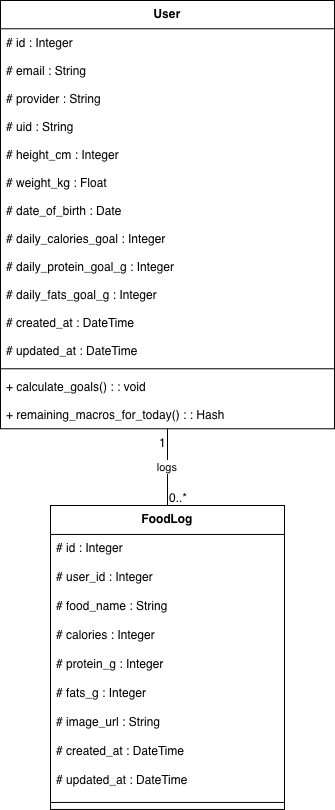
This is Diagrams/Class.drawio.png from tamu-edu-students/CSCE606-Group2-Project2, a draw.io export, as it was before one commit. Source tidied: cells renumbered, new cells last; positions are measured from the earlier drawing's top-left corner, leaving out a move shared by most shapes. Its diagram source:
```xml
<mxGraphModel>
  <root>
    <mxCell id="0" />
    <mxCell id="1" parent="0" />
    <mxCell id="2" value="User" style="swimlane;fontStyle=1;align=center;verticalAlign=top;horizontal=1;startSize=28.266666666666666;" parent="1" vertex="1">
      <mxGeometry width="334" height="428.3" as="geometry" />
    </mxCell>
    <mxCell id="3" value="# id : Integer" style="text;strokeColor=none;fillColor=none;align=left;verticalAlign=top;spacingLeft=4;spacingRight=4;overflow=hidden;" parent="2" vertex="1">
      <mxGeometry y="28.3" width="334" height="28" as="geometry" />
    </mxCell>
    <mxCell id="4" value="# email : String" style="text;strokeColor=none;fillColor=none;align=left;verticalAlign=top;spacingLeft=4;spacingRight=4;overflow=hidden;" parent="2" vertex="1">
      <mxGeometry y="56.3" width="334" height="28" as="geometry" />
    </mxCell>
    <mxCell id="5" value="# provider : String" style="text;strokeColor=none;fillColor=none;align=left;verticalAlign=top;spacingLeft=4;spacingRight=4;overflow=hidden;" parent="2" vertex="1">
      <mxGeometry y="84.3" width="334" height="28" as="geometry" />
    </mxCell>
    <mxCell id="6" value="# uid : String" style="text;strokeColor=none;fillColor=none;align=left;verticalAlign=top;spacingLeft=4;spacingRight=4;overflow=hidden;" parent="2" vertex="1">
      <mxGeometry y="112.3" width="334" height="28" as="geometry" />
    </mxCell>
    <mxCell id="7" value="# height_cm : Integer" style="text;strokeColor=none;fillColor=none;align=left;verticalAlign=top;spacingLeft=4;spacingRight=4;overflow=hidden;" parent="2" vertex="1">
      <mxGeometry y="140.3" width="334" height="28" as="geometry" />
    </mxCell>
    <mxCell id="8" value="# weight_kg : Float" style="text;strokeColor=none;fillColor=none;align=left;verticalAlign=top;spacingLeft=4;spacingRight=4;overflow=hidden;" parent="2" vertex="1">
      <mxGeometry y="168.3" width="334" height="28" as="geometry" />
    </mxCell>
    <mxCell id="9" value="# date_of_birth : Date" style="text;strokeColor=none;fillColor=none;align=left;verticalAlign=top;spacingLeft=4;spacingRight=4;overflow=hidden;" parent="2" vertex="1">
      <mxGeometry y="196.3" width="334" height="28" as="geometry" />
    </mxCell>
    <mxCell id="10" value="# daily_calories_goal : Integer" style="text;strokeColor=none;fillColor=none;align=left;verticalAlign=top;spacingLeft=4;spacingRight=4;overflow=hidden;" parent="2" vertex="1">
      <mxGeometry y="224.3" width="334" height="28" as="geometry" />
    </mxCell>
    <mxCell id="11" value="# daily_protein_goal_g : Integer" style="text;strokeColor=none;fillColor=none;align=left;verticalAlign=top;spacingLeft=4;spacingRight=4;overflow=hidden;" parent="2" vertex="1">
      <mxGeometry y="252.3" width="334" height="28" as="geometry" />
    </mxCell>
    <mxCell id="12" value="# daily_fats_goal_g : Integer" style="text;strokeColor=none;fillColor=none;align=left;verticalAlign=top;spacingLeft=4;spacingRight=4;overflow=hidden;" parent="2" vertex="1">
      <mxGeometry y="280.3" width="334" height="28" as="geometry" />
    </mxCell>
    <mxCell id="13" value="# created_at : DateTime" style="text;strokeColor=none;fillColor=none;align=left;verticalAlign=top;spacingLeft=4;spacingRight=4;overflow=hidden;" parent="2" vertex="1">
      <mxGeometry y="308.3" width="334" height="28" as="geometry" />
    </mxCell>
    <mxCell id="14" value="# updated_at : DateTime" style="text;strokeColor=none;fillColor=none;align=left;verticalAlign=top;spacingLeft=4;spacingRight=4;overflow=hidden;" parent="2" vertex="1">
      <mxGeometry y="336.3" width="334" height="28" as="geometry" />
    </mxCell>
    <mxCell id="15" style="line;strokeWidth=1;fillColor=none;align=left;verticalAlign=middle;spacingTop=-1;spacingLeft=3;spacingRight=3;labelPosition=right;strokeColor=inherit;" parent="2" vertex="1">
      <mxGeometry y="364.3" width="334" height="8" as="geometry" />
    </mxCell>
    <mxCell id="16" value="+ calculate_goals() : : void" style="text;strokeColor=none;fillColor=none;align=left;verticalAlign=top;spacingLeft=4;spacingRight=4;overflow=hidden;" parent="2" vertex="1">
      <mxGeometry y="372.3" width="334" height="28" as="geometry" />
    </mxCell>
    <mxCell id="17" value="+ remaining_macros_for_today() : : Hash" style="text;strokeColor=none;fillColor=none;align=left;verticalAlign=top;spacingLeft=4;spacingRight=4;overflow=hidden;" parent="2" vertex="1">
      <mxGeometry y="400.3" width="334" height="28" as="geometry" />
    </mxCell>
    <mxCell id="18" value="FoodLog" style="swimlane;fontStyle=1;align=center;verticalAlign=top;horizontal=1;startSize=28.952380952380953;" parent="1" vertex="1">
      <mxGeometry x="50" y="505" width="234" height="304" as="geometry" />
    </mxCell>
    <mxCell id="19" value="# id : Integer" style="text;strokeColor=none;fillColor=none;align=left;verticalAlign=top;spacingLeft=4;spacingRight=4;overflow=hidden;" parent="18" vertex="1">
      <mxGeometry y="29" width="234" height="29" as="geometry" />
    </mxCell>
    <mxCell id="20" value="# user_id : Integer" style="text;strokeColor=none;fillColor=none;align=left;verticalAlign=top;spacingLeft=4;spacingRight=4;overflow=hidden;" parent="18" vertex="1">
      <mxGeometry y="58" width="234" height="29" as="geometry" />
    </mxCell>
    <mxCell id="21" value="# food_name : String" style="text;strokeColor=none;fillColor=none;align=left;verticalAlign=top;spacingLeft=4;spacingRight=4;overflow=hidden;" parent="18" vertex="1">
      <mxGeometry y="87" width="234" height="29" as="geometry" />
    </mxCell>
    <mxCell id="22" value="# calories : Integer" style="text;strokeColor=none;fillColor=none;align=left;verticalAlign=top;spacingLeft=4;spacingRight=4;overflow=hidden;" parent="18" vertex="1">
      <mxGeometry y="116" width="234" height="29" as="geometry" />
    </mxCell>
    <mxCell id="23" value="# protein_g : Integer" style="text;strokeColor=none;fillColor=none;align=left;verticalAlign=top;spacingLeft=4;spacingRight=4;overflow=hidden;points=[[0,0.5],[1,0.5]];portConstraint=eastwest;" parent="18" vertex="1">
      <mxGeometry y="145" width="234" height="29" as="geometry" />
    </mxCell>
    <mxCell id="24" value="# fats_g : Integer" style="text;strokeColor=none;fillColor=none;align=left;verticalAlign=top;spacingLeft=4;spacingRight=4;overflow=hidden;" parent="18" vertex="1">
      <mxGeometry y="174" width="234" height="29" as="geometry" />
    </mxCell>
    <mxCell id="25" value="# image_url : String" style="text;strokeColor=none;fillColor=none;align=left;verticalAlign=top;spacingLeft=4;spacingRight=4;overflow=hidden;" parent="18" vertex="1">
      <mxGeometry y="203" width="234" height="29" as="geometry" />
    </mxCell>
    <mxCell id="26" value="# created_at : DateTime" style="text;strokeColor=none;fillColor=none;align=left;verticalAlign=top;spacingLeft=4;spacingRight=4;overflow=hidden;" parent="18" vertex="1">
      <mxGeometry y="232" width="234" height="29" as="geometry" />
    </mxCell>
    <mxCell id="27" value="# updated_at : DateTime" style="text;strokeColor=none;fillColor=none;align=left;verticalAlign=top;spacingLeft=4;spacingRight=4;overflow=hidden;" parent="18" vertex="1">
      <mxGeometry y="261" width="234" height="29" as="geometry" />
    </mxCell>
    <mxCell id="28" style="line;strokeWidth=1;fillColor=none;align=left;verticalAlign=middle;spacingTop=-1;spacingLeft=3;spacingRight=3;labelPosition=right;strokeColor=inherit;" parent="18" vertex="1">
      <mxGeometry y="290" width="234" height="14" as="geometry" />
    </mxCell>
    <mxCell id="29" value="logs" style="curved=1;startArrow=none;endArrow=none;exitX=0.5;exitY=1;entryX=0.5;entryY=0;rounded=0;" parent="1" edge="1" source="2" target="18">
      <mxGeometry relative="1" as="geometry" />
    </mxCell>
    <mxCell id="30" value="1" style="edgeLabel;labelBackgroundColor=none;fontSize=12;align=right;verticalAlign=top;" parent="29" vertex="1">
      <mxGeometry x="-1" relative="1" as="geometry" />
    </mxCell>
    <mxCell id="31" value="0..*" style="edgeLabel;labelBackgroundColor=none;fontSize=12;align=left;verticalAlign=bottom;" parent="29" vertex="1">
      <mxGeometry x="1" relative="1" as="geometry" />
    </mxCell>
  </root>
</mxGraphModel>
```
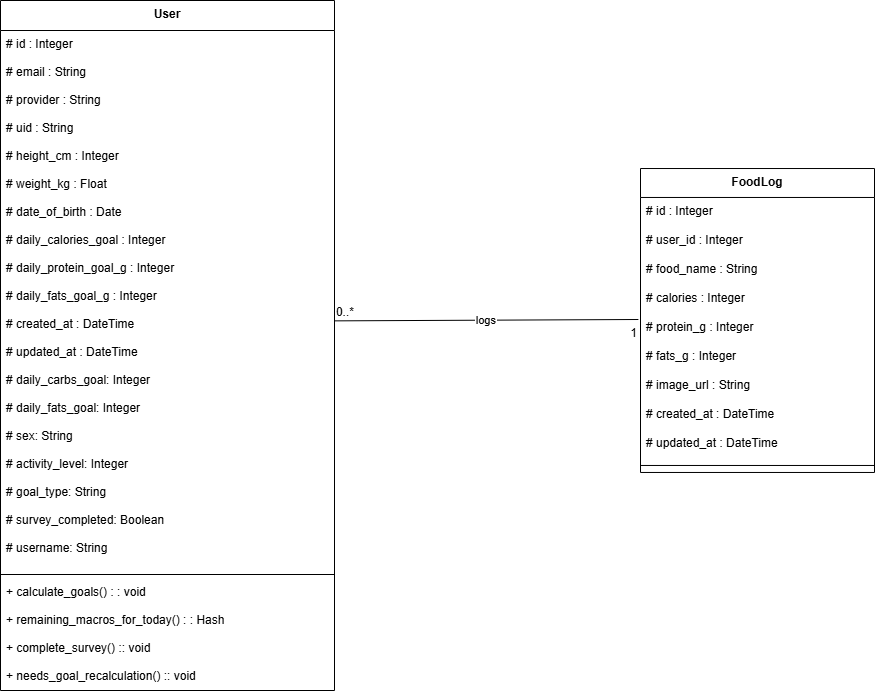
The same file after the commit.

Change to the diagram source:
```diff
@@ -2,56 +2,56 @@
   <root>
     <mxCell id="0" />
     <mxCell id="1" parent="0" />
-    <mxCell id="2" value="User" style="swimlane;fontStyle=1;align=center;verticalAlign=top;horizontal=1;startSize=28.266666666666666;" parent="1" vertex="1">
-      <mxGeometry width="334" height="428.3" as="geometry" />
+    <mxCell id="2" value="User" style="swimlane;fontStyle=1;align=center;verticalAlign=top;horizontal=1;startSize=30;" parent="1" vertex="1">
+      <mxGeometry x="50" y="30" width="334" height="690" as="geometry" />
     </mxCell>
     <mxCell id="3" value="# id : Integer" style="text;strokeColor=none;fillColor=none;align=left;verticalAlign=top;spacingLeft=4;spacingRight=4;overflow=hidden;" parent="2" vertex="1">
-      <mxGeometry y="28.3" width="334" height="28" as="geometry" />
+      <mxGeometry y="30" width="334" height="28" as="geometry" />
     </mxCell>
     <mxCell id="4" value="# email : String" style="text;strokeColor=none;fillColor=none;align=left;verticalAlign=top;spacingLeft=4;spacingRight=4;overflow=hidden;" parent="2" vertex="1">
-      <mxGeometry y="56.3" width="334" height="28" as="geometry" />
+      <mxGeometry y="58" width="334" height="28" as="geometry" />
     </mxCell>
     <mxCell id="5" value="# provider : String" style="text;strokeColor=none;fillColor=none;align=left;verticalAlign=top;spacingLeft=4;spacingRight=4;overflow=hidden;" parent="2" vertex="1">
-      <mxGeometry y="84.3" width="334" height="28" as="geometry" />
+      <mxGeometry y="86" width="334" height="28" as="geometry" />
     </mxCell>
     <mxCell id="6" value="# uid : String" style="text;strokeColor=none;fillColor=none;align=left;verticalAlign=top;spacingLeft=4;spacingRight=4;overflow=hidden;" parent="2" vertex="1">
-      <mxGeometry y="112.3" width="334" height="28" as="geometry" />
+      <mxGeometry y="114" width="334" height="28" as="geometry" />
     </mxCell>
     <mxCell id="7" value="# height_cm : Integer" style="text;strokeColor=none;fillColor=none;align=left;verticalAlign=top;spacingLeft=4;spacingRight=4;overflow=hidden;" parent="2" vertex="1">
-      <mxGeometry y="140.3" width="334" height="28" as="geometry" />
+      <mxGeometry y="142" width="334" height="28" as="geometry" />
     </mxCell>
     <mxCell id="8" value="# weight_kg : Float" style="text;strokeColor=none;fillColor=none;align=left;verticalAlign=top;spacingLeft=4;spacingRight=4;overflow=hidden;" parent="2" vertex="1">
-      <mxGeometry y="168.3" width="334" height="28" as="geometry" />
+      <mxGeometry y="170" width="334" height="28" as="geometry" />
     </mxCell>
     <mxCell id="9" value="# date_of_birth : Date" style="text;strokeColor=none;fillColor=none;align=left;verticalAlign=top;spacingLeft=4;spacingRight=4;overflow=hidden;" parent="2" vertex="1">
-      <mxGeometry y="196.3" width="334" height="28" as="geometry" />
+      <mxGeometry y="198" width="334" height="28" as="geometry" />
     </mxCell>
     <mxCell id="10" value="# daily_calories_goal : Integer" style="text;strokeColor=none;fillColor=none;align=left;verticalAlign=top;spacingLeft=4;spacingRight=4;overflow=hidden;" parent="2" vertex="1">
-      <mxGeometry y="224.3" width="334" height="28" as="geometry" />
+      <mxGeometry y="226" width="334" height="28" as="geometry" />
     </mxCell>
     <mxCell id="11" value="# daily_protein_goal_g : Integer" style="text;strokeColor=none;fillColor=none;align=left;verticalAlign=top;spacingLeft=4;spacingRight=4;overflow=hidden;" parent="2" vertex="1">
-      <mxGeometry y="252.3" width="334" height="28" as="geometry" />
+      <mxGeometry y="254" width="334" height="28" as="geometry" />
     </mxCell>
     <mxCell id="12" value="# daily_fats_goal_g : Integer" style="text;strokeColor=none;fillColor=none;align=left;verticalAlign=top;spacingLeft=4;spacingRight=4;overflow=hidden;" parent="2" vertex="1">
-      <mxGeometry y="280.3" width="334" height="28" as="geometry" />
+      <mxGeometry y="282" width="334" height="28" as="geometry" />
     </mxCell>
     <mxCell id="13" value="# created_at : DateTime" style="text;strokeColor=none;fillColor=none;align=left;verticalAlign=top;spacingLeft=4;spacingRight=4;overflow=hidden;" parent="2" vertex="1">
-      <mxGeometry y="308.3" width="334" height="28" as="geometry" />
+      <mxGeometry y="310" width="334" height="28" as="geometry" />
     </mxCell>
-    <mxCell id="14" value="# updated_at : DateTime" style="text;strokeColor=none;fillColor=none;align=left;verticalAlign=top;spacingLeft=4;spacingRight=4;overflow=hidden;" parent="2" vertex="1">
-      <mxGeometry y="336.3" width="334" height="28" as="geometry" />
+    <mxCell id="14" value="# updated_at : DateTime&#10;&#10;# daily_carbs_goal: Integer&#10;&#10;# daily_fats_goal: Integer&#10;&#10;# sex: String&#10;&#10;# activity_level: Integer&#10;&#10;# goal_type: String&#10;&#10;# survey_completed: Boolean&#10;&#10;# username: String" style="text;strokeColor=none;fillColor=none;align=left;verticalAlign=top;spacingLeft=4;spacingRight=4;overflow=hidden;" parent="2" vertex="1">
+      <mxGeometry y="338" width="334" height="232" as="geometry" />
     </mxCell>
     <mxCell id="15" style="line;strokeWidth=1;fillColor=none;align=left;verticalAlign=middle;spacingTop=-1;spacingLeft=3;spacingRight=3;labelPosition=right;strokeColor=inherit;" parent="2" vertex="1">
-      <mxGeometry y="364.3" width="334" height="8" as="geometry" />
+      <mxGeometry y="570" width="334" height="8" as="geometry" />
     </mxCell>
     <mxCell id="16" value="+ calculate_goals() : : void" style="text;strokeColor=none;fillColor=none;align=left;verticalAlign=top;spacingLeft=4;spacingRight=4;overflow=hidden;" parent="2" vertex="1">
-      <mxGeometry y="372.3" width="334" height="28" as="geometry" />
+      <mxGeometry y="578" width="334" height="28" as="geometry" />
     </mxCell>
-    <mxCell id="17" value="+ remaining_macros_for_today() : : Hash" style="text;strokeColor=none;fillColor=none;align=left;verticalAlign=top;spacingLeft=4;spacingRight=4;overflow=hidden;" parent="2" vertex="1">
-      <mxGeometry y="400.3" width="334" height="28" as="geometry" />
+    <mxCell id="17" value="+ remaining_macros_for_today() : : Hash&#10;&#10;+ complete_survey() :: void&#10;&#10;+ needs_goal_recalculation() :: void" style="text;strokeColor=none;fillColor=none;align=left;verticalAlign=top;spacingLeft=4;spacingRight=4;overflow=hidden;" parent="2" vertex="1">
+      <mxGeometry y="606" width="334" height="84" as="geometry" />
     </mxCell>
     <mxCell id="18" value="FoodLog" style="swimlane;fontStyle=1;align=center;verticalAlign=top;horizontal=1;startSize=28.952380952380953;" parent="1" vertex="1">
-      <mxGeometry x="50" y="505" width="234" height="304" as="geometry" />
+      <mxGeometry x="690" y="198" width="234" height="304" as="geometry" />
     </mxCell>
     <mxCell id="19" value="# id : Integer" style="text;strokeColor=none;fillColor=none;align=left;verticalAlign=top;spacingLeft=4;spacingRight=4;overflow=hidden;" parent="18" vertex="1">
       <mxGeometry y="29" width="234" height="29" as="geometry" />
@@ -83,8 +83,10 @@
     <mxCell id="28" style="line;strokeWidth=1;fillColor=none;align=left;verticalAlign=middle;spacingTop=-1;spacingLeft=3;spacingRight=3;labelPosition=right;strokeColor=inherit;" parent="18" vertex="1">
       <mxGeometry y="290" width="234" height="14" as="geometry" />
     </mxCell>
-    <mxCell id="29" value="logs" style="curved=1;startArrow=none;endArrow=none;exitX=0.5;exitY=1;entryX=0.5;entryY=0;rounded=0;" parent="1" edge="1" source="2" target="18">
-      <mxGeometry relative="1" as="geometry" />
+    <mxCell id="29" value="logs" style="curved=1;startArrow=none;endArrow=none;exitX=-0.009;exitY=0.208;rounded=0;exitDx=0;exitDy=0;exitPerimeter=0;" parent="1" edge="1" source="23">
+      <mxGeometry relative="1" as="geometry">
+        <mxPoint x="384" y="350.4" as="targetPoint" />
+      </mxGeometry>
     </mxCell>
     <mxCell id="30" value="1" style="edgeLabel;labelBackgroundColor=none;fontSize=12;align=right;verticalAlign=top;" parent="29" vertex="1">
       <mxGeometry x="-1" relative="1" as="geometry" />
```
